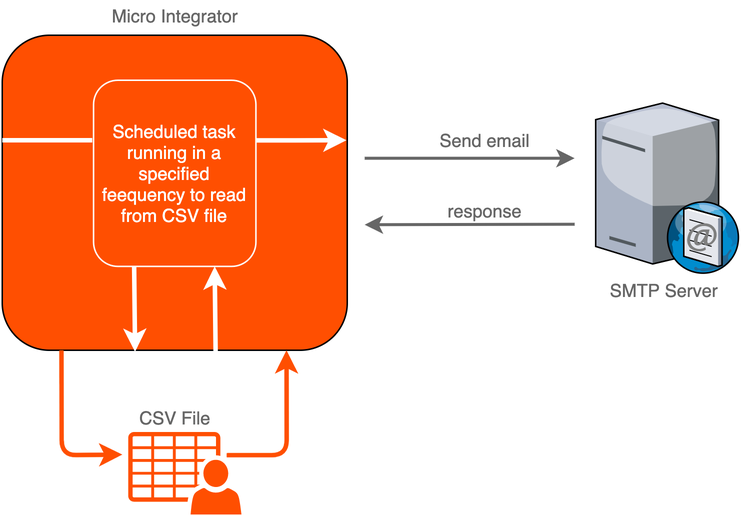
Earlier version of the draw.io export docs/assets/images/migration-mule/sending-a-csv-through-email-using-smtp-use-case.png (wso2/mule-conversion-samples). Source tidied: cells renumbered, new cells last; positions are measured from the earlier drawing's top-left corner, leaving out a move shared by most shapes.
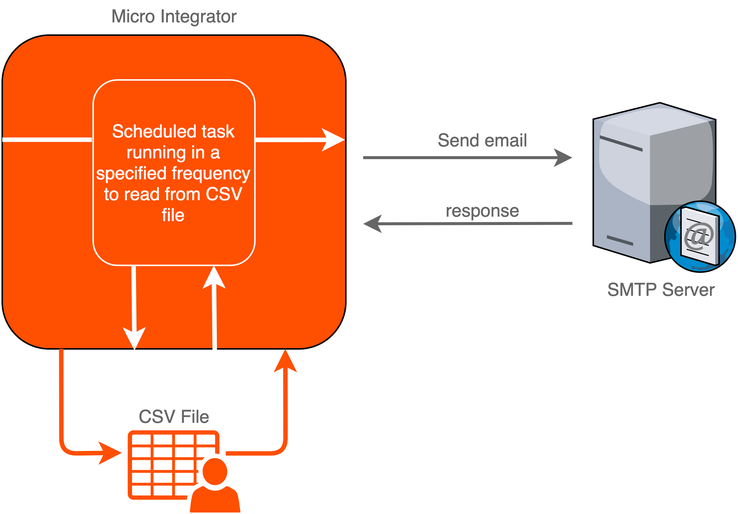
Above is the later version.

What changed in the source:
```diff
@@ -17,7 +17,7 @@
     <mxCell id="5" style="rounded=1;whiteSpace=wrap;html=1;strokeColor=#000000;strokeWidth=1;fillColor=#FF4F01;fontSize=10;" parent="1" vertex="1">
       <mxGeometry y="23" width="230" height="210" as="geometry" />
     </mxCell>
-    <mxCell id="6" value="Scheduled task running in a specified feequency to read from CSV file" style="rounded=1;whiteSpace=wrap;html=1;strokeColor=#FFFFFF;fillColor=none;strokeWidth=1;fontColor=#FFFFFF;align=center;" parent="1" vertex="1">
+    <mxCell id="6" value="Scheduled task running in a specified frequency to read from CSV file" style="rounded=1;whiteSpace=wrap;html=1;strokeColor=#FFFFFF;fillColor=none;strokeWidth=1;fontColor=#FFFFFF;align=center;" parent="1" vertex="1">
       <mxGeometry x="60.9" y="53" width="108.2" height="124.1" as="geometry" />
     </mxCell>
     <mxCell id="7" style="edgeStyle=orthogonalEdgeStyle;rounded=0;orthogonalLoop=1;jettySize=auto;html=1;exitX=0.25;exitY=0;exitDx=0;exitDy=0;endArrow=none;endFill=0;strokeColor=#FFFFFF;strokeWidth=3;" parent="1" edge="1">
```
